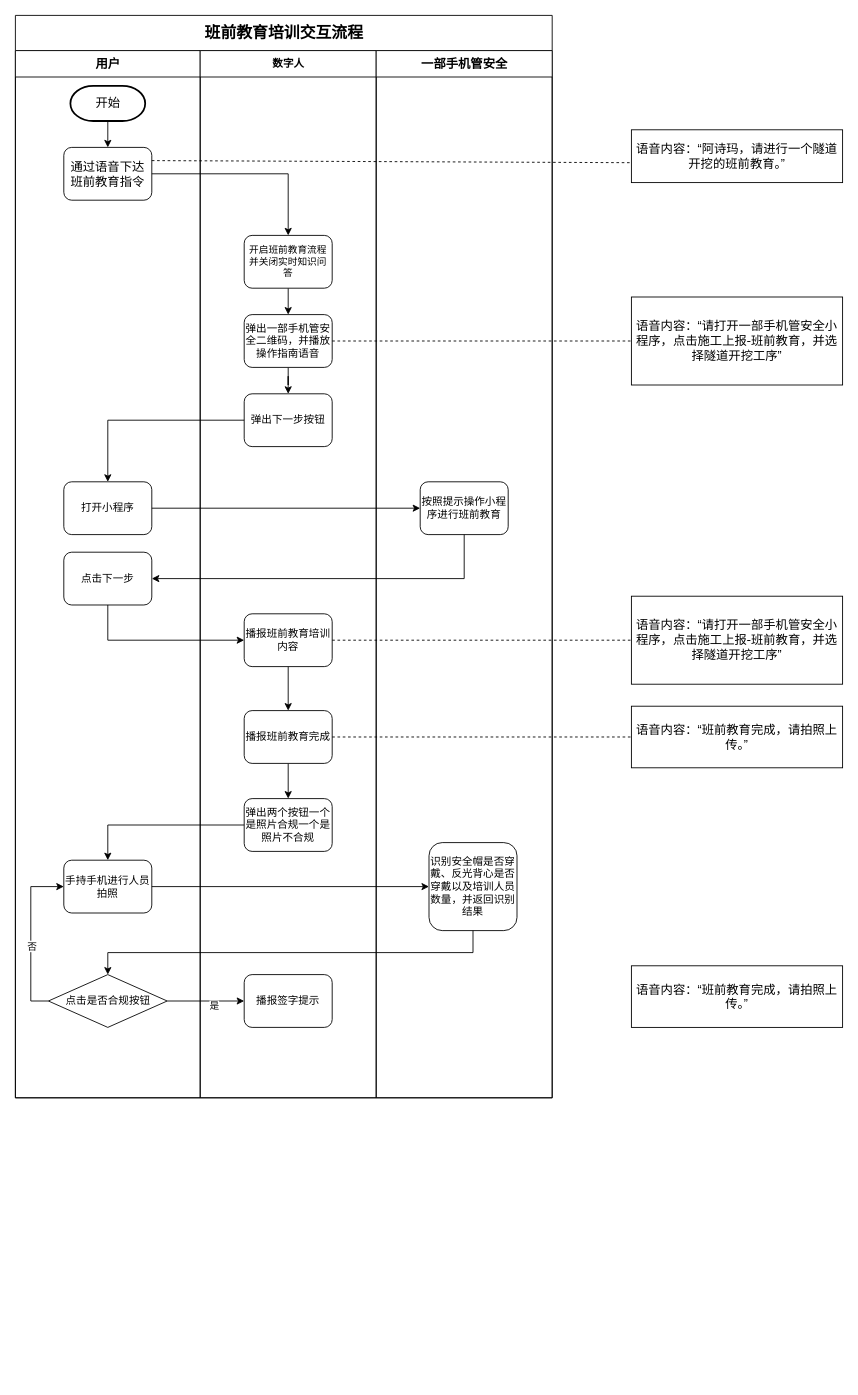
Earlier version of the draw.io diagram 数字人流程.drawio (kerwin58/drawio). Source tidied: cells renumbered, new cells numbered last; positions are measured from the earlier drawing's top-left corner, leaving out a move shared by most shapes. Both pictures are drawn from the tidied source at 88%, with x=0, y=0 at pixel (15, 15).
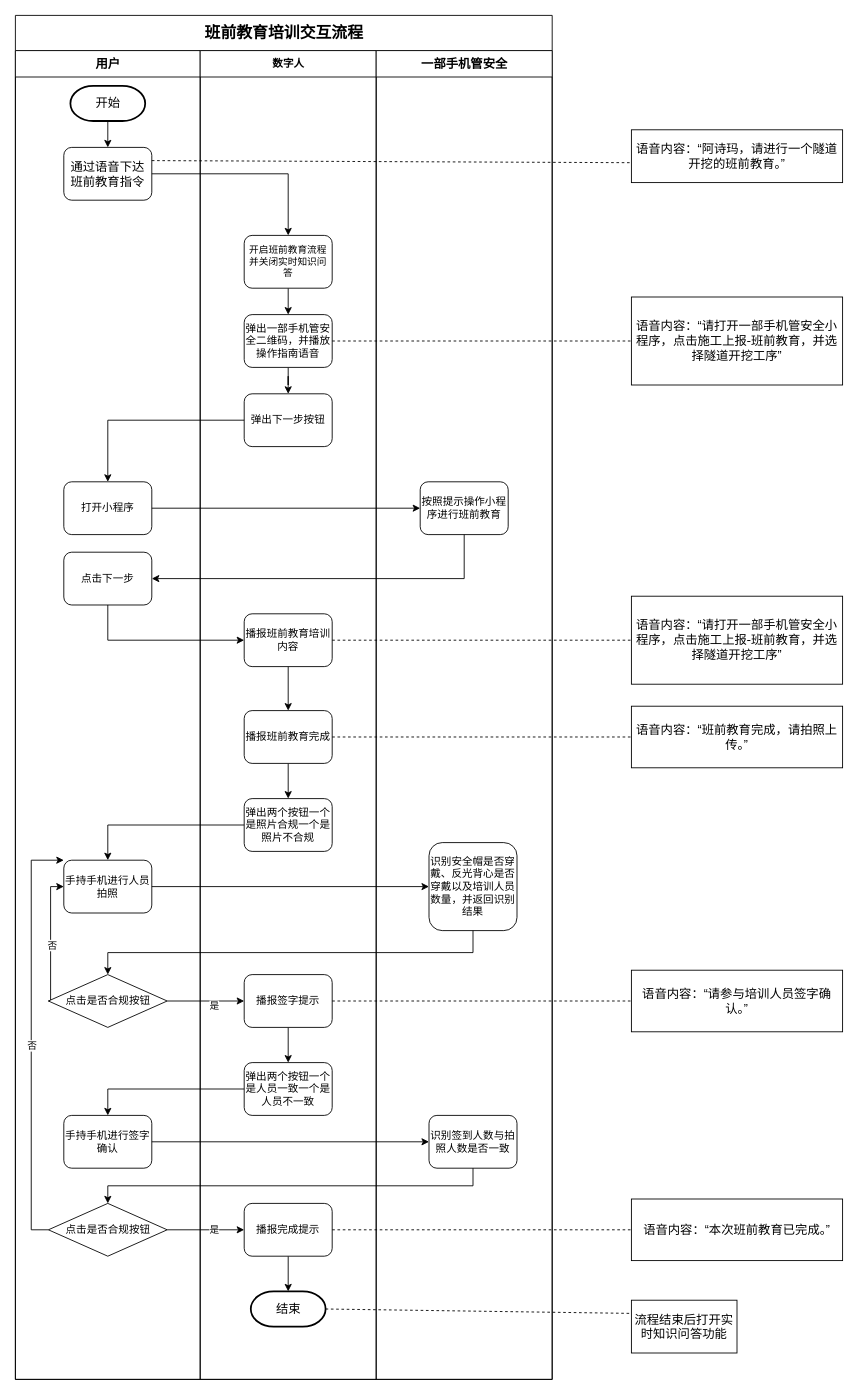
The same diagram, later.

Commit message:
数字人流程.drawio

Unchanged cells that the change refers to:
```xml
<mxCell id="9" value="&lt;p class=&quot;MsoNormal&quot;&gt;&lt;span style=&quot;&quot;&gt;手持手机进行人员拍照&lt;/span&gt;&lt;/p&gt;" style="rounded=1;whiteSpace=wrap;html=1;shadow=0;labelBackgroundColor=none;strokeWidth=1;fontFamily=Verdana;fontSize=12;align=center;" parent="3" vertex="1">
  <mxGeometry x="55" y="920" width="100" height="60" as="geometry" />
</mxCell>
<mxCell id="12" value="点击是否合规按钮" style="rhombus;whiteSpace=wrap;html=1;" parent="3" vertex="1">
  <mxGeometry x="37.5" y="1050" width="135" height="60" as="geometry" />
</mxCell>
<mxCell id="24" value="&lt;p class=&quot;MsoNormal&quot;&gt;&lt;span style=&quot;&quot;&gt;播报签字提示&lt;/span&gt;&lt;/p&gt;" style="rounded=1;whiteSpace=wrap;html=1;shadow=0;labelBackgroundColor=none;strokeWidth=1;fontFamily=Verdana;fontSize=12;align=center;" parent="13" vertex="1">
  <mxGeometry x="50" y="1050" width="100" height="60" as="geometry" />
</mxCell>
```

Diff of the diagram source:
```diff
@@
     <mxCell id="2" value="&lt;p class=&quot;MsoNormal&quot;&gt;&lt;span style=&quot;font-family: 宋体;&quot;&gt;&lt;font style=&quot;font-size: 18px;&quot;&gt;班前教育培训交互流程&lt;/font&gt;&lt;/span&gt;&lt;/p&gt;" style="swimlane;html=1;startSize=40;rounded=0;shadow=0;labelBackgroundColor=none;strokeWidth=1;fontFamily=Verdana;fontSize=8;align=center;" parent="1" vertex="1">
-      <mxGeometry width="610" height="1230" as="geometry" />
+      <mxGeometry width="610" height="1550" as="geometry" />
     </mxCell>
     <mxCell id="3" value="&lt;font style=&quot;font-size: 14px;&quot;&gt;用户&lt;/font&gt;" style="swimlane;html=1;startSize=30;" parent="2" vertex="1">
-      <mxGeometry y="40" width="210" height="1190" as="geometry" />
+      <mxGeometry y="40" width="210" height="1510" as="geometry" />
     </mxCell>
@@
     <mxCell id="10" style="edgeStyle=orthogonalEdgeStyle;rounded=0;jettySize=auto;html=1;exitX=0;exitY=0.5;exitDx=0;exitDy=0;entryX=0;entryY=0.5;entryDx=0;entryDy=0;" parent="3" edge="1" source="12" target="9">
-      <mxGeometry relative="1" as="geometry" />
+      <mxGeometry relative="1" as="geometry">
+        <Array as="points">
+          <mxPoint x="40" y="1080" />
+          <mxPoint x="40" y="950" />
+        </Array>
+      </mxGeometry>
     </mxCell>
@@
+    <mxCell id="47" value="&lt;p class=&quot;MsoNormal&quot;&gt;&lt;span style=&quot;&quot;&gt;手持手机进行签字确认&lt;/span&gt;&lt;/p&gt;" style="rounded=1;whiteSpace=wrap;html=1;shadow=0;labelBackgroundColor=none;strokeWidth=1;fontFamily=Verdana;fontSize=12;align=center;" parent="3" vertex="1">
+      <mxGeometry x="55" y="1210" width="100" height="60" as="geometry" />
+    </mxCell>
+    <mxCell id="48" style="edgeStyle=orthogonalEdgeStyle;rounded=0;jettySize=auto;html=1;exitX=0;exitY=0.5;exitDx=0;exitDy=0;entryX=0;entryY=0;entryDx=0;entryDy=0;" parent="3" edge="1" source="50" target="9">
+      <mxGeometry relative="1" as="geometry">
+        <Array as="points">
+          <mxPoint x="18" y="1340" />
+          <mxPoint x="18" y="920" />
+        </Array>
+      </mxGeometry>
+    </mxCell>
+    <mxCell id="49" value="否" style="edgeLabel;html=1;align=center;verticalAlign=middle;" parent="48" vertex="1">
+      <mxGeometry x="-0.04" relative="1" as="geometry" />
+    </mxCell>
+    <mxCell id="50" value="点击是否合规按钮" style="rhombus;whiteSpace=wrap;html=1;" parent="3" vertex="1">
+      <mxGeometry x="37.5" y="1310" width="135" height="60" as="geometry" />
+    </mxCell>
     <mxCell id="13" value="&lt;font&gt;数字人&lt;/font&gt;" style="swimlane;html=1;startSize=30;fontSize=12;fontFamily=Verdana;" parent="2" vertex="1">
-      <mxGeometry x="210" y="40" width="200" height="1190" as="geometry" />
+      <mxGeometry x="210" y="40" width="200" height="1510" as="geometry" />
     </mxCell>
@@
+    <mxCell id="51" style="edgeStyle=orthogonalEdgeStyle;rounded=0;jettySize=auto;html=1;exitX=0.5;exitY=1;exitDx=0;exitDy=0;entryX=0.5;entryY=0;entryDx=0;entryDy=0;" parent="13" edge="1" source="24" target="52">
+      <mxGeometry relative="1" as="geometry" />
+    </mxCell>
@@
+    <mxCell id="52" value="&lt;p class=&quot;MsoNormal&quot;&gt;&lt;span style=&quot;&quot;&gt;弹出两个按钮一个是人员一致一个是人员不一致&lt;/span&gt;&lt;/p&gt;" style="rounded=1;whiteSpace=wrap;html=1;shadow=0;labelBackgroundColor=none;strokeWidth=1;fontFamily=Verdana;fontSize=12;align=center;" parent="13" vertex="1">
+      <mxGeometry x="50" y="1150" width="100" height="60" as="geometry" />
+    </mxCell>
+    <mxCell id="53" style="edgeStyle=orthogonalEdgeStyle;rounded=0;jettySize=auto;html=1;exitX=0.5;exitY=1;exitDx=0;exitDy=0;" parent="13" edge="1" source="54" target="55">
+      <mxGeometry relative="1" as="geometry" />
+    </mxCell>
+    <mxCell id="54" value="&lt;p class=&quot;MsoNormal&quot;&gt;&lt;span style=&quot;&quot;&gt;播报完成提示&lt;/span&gt;&lt;/p&gt;" style="rounded=1;whiteSpace=wrap;html=1;shadow=0;labelBackgroundColor=none;strokeWidth=1;fontFamily=Verdana;fontSize=12;align=center;" parent="13" vertex="1">
+      <mxGeometry x="50" y="1310" width="100" height="60" as="geometry" />
+    </mxCell>
+    <mxCell id="55" value="&lt;font style=&quot;font-size: 14px;&quot;&gt;结束&lt;/font&gt;" style="strokeWidth=2;html=1;shape=mxgraph.flowchart.terminator;whiteSpace=wrap;" parent="13" vertex="1">
+      <mxGeometry x="57.5" y="1410" width="85" height="40" as="geometry" />
+    </mxCell>
@@
+    <mxCell id="56" style="edgeStyle=orthogonalEdgeStyle;rounded=0;jettySize=auto;html=1;exitX=0;exitY=0.5;exitDx=0;exitDy=0;entryX=0.5;entryY=0;entryDx=0;entryDy=0;" parent="2" edge="1" source="52" target="47">
+      <mxGeometry relative="1" as="geometry" />
+    </mxCell>
+    <mxCell id="57" style="edgeStyle=orthogonalEdgeStyle;rounded=0;jettySize=auto;html=1;exitX=1;exitY=0.5;exitDx=0;exitDy=0;entryX=0;entryY=0.5;entryDx=0;entryDy=0;" parent="2" edge="1" source="50" target="54">
+      <mxGeometry relative="1" as="geometry" />
+    </mxCell>
+    <mxCell id="58" value="是" style="edgeLabel;html=1;align=center;verticalAlign=middle;" parent="57" vertex="1">
+      <mxGeometry x="0.18" y="1" relative="1" as="geometry">
+        <mxPoint x="1" as="offset" />
+      </mxGeometry>
+    </mxCell>
     <mxCell id="31" value="&lt;font style=&quot;font-size: 14px;&quot;&gt;一部手机管安全&lt;/font&gt;" style="swimlane;html=1;startSize=30;" parent="1" vertex="1">
-      <mxGeometry x="410" y="40" width="200" height="1190" as="geometry" />
+      <mxGeometry x="410" y="40" width="200" height="1510" as="geometry" />
     </mxCell>
@@
+    <mxCell id="59" value="&lt;p class=&quot;MsoNormal&quot;&gt;&lt;span style=&quot;&quot;&gt;识别签到人数与拍照人数是否一致&lt;/span&gt;&lt;/p&gt;" style="rounded=1;whiteSpace=wrap;html=1;shadow=0;labelBackgroundColor=none;strokeWidth=1;fontFamily=Verdana;fontSize=12;align=center;" parent="31" vertex="1">
+      <mxGeometry x="60" y="1210" width="100" height="60" as="geometry" />
+    </mxCell>
@@
-    <mxCell id="46" value="&lt;font&gt;语音内容：&lt;/font&gt;&lt;span style=&quot;font-family: 方正仿宋简体; background-color: initial;&quot;&gt;“班前教育完成，请拍照上传。”&lt;/span&gt;" style="rounded=0;whiteSpace=wrap;html=1;fontSize=14;" parent="1" vertex="1">
-      <mxGeometry x="700" y="1080" width="240" height="70" as="geometry" />
+    <mxCell id="46" value="&lt;font&gt;语音内容：&lt;/font&gt;&lt;span style=&quot;font-family: 方正仿宋简体; background-color: initial;&quot;&gt;“请参与培训人员签字确认。”&lt;/span&gt;" style="rounded=0;whiteSpace=wrap;html=1;fontSize=14;" parent="1" vertex="1">
+      <mxGeometry x="700" y="1085" width="240" height="70" as="geometry" />
     </mxCell>
+    <mxCell id="60" style="endArrow=none;dashed=1;html=1;rounded=0;exitX=1;exitY=0.5;exitDx=0;exitDy=0;entryX=0;entryY=0.5;entryDx=0;entryDy=0;" parent="1" edge="1" source="24" target="46">
+      <mxGeometry relative="1" as="geometry" />
+    </mxCell>
+    <mxCell id="61" style="edgeStyle=orthogonalEdgeStyle;rounded=0;jettySize=auto;html=1;exitX=1;exitY=0.5;exitDx=0;exitDy=0;entryX=0;entryY=0.5;entryDx=0;entryDy=0;" parent="1" edge="1" source="47" target="59">
+      <mxGeometry relative="1" as="geometry" />
+    </mxCell>
+    <mxCell id="62" style="edgeStyle=orthogonalEdgeStyle;rounded=0;jettySize=auto;html=1;exitX=0.5;exitY=1;exitDx=0;exitDy=0;entryX=0.5;entryY=0;entryDx=0;entryDy=0;" parent="1" edge="1" source="59" target="50">
+      <mxGeometry relative="1" as="geometry" />
+    </mxCell>
+    <mxCell id="63" value="&lt;font&gt;语音内容：&lt;/font&gt;&lt;span style=&quot;font-family: 方正仿宋简体; background-color: initial;&quot;&gt;“本次班前教育已完成。”&lt;/span&gt;" style="rounded=0;whiteSpace=wrap;html=1;fontSize=14;" parent="1" vertex="1">
+      <mxGeometry x="700" y="1345" width="240" height="70" as="geometry" />
+    </mxCell>
+    <mxCell id="64" style="endArrow=none;dashed=1;html=1;rounded=0;exitX=1;exitY=0.5;exitDx=0;exitDy=0;entryX=0;entryY=0.5;entryDx=0;entryDy=0;" parent="1" edge="1" source="54" target="63">
+      <mxGeometry relative="1" as="geometry" />
+    </mxCell>
+    <mxCell id="65" value="&lt;p class=&quot;MsoNormal&quot;&gt;&lt;span style=&quot;&quot;&gt;流程结束后打开实时知识问答功能&lt;/span&gt;&lt;/p&gt;" style="rounded=0;whiteSpace=wrap;html=1;fontSize=14;fontFamily=Verdana;" parent="1" vertex="1">
+      <mxGeometry x="700" y="1460" width="120" height="60" as="geometry" />
+    </mxCell>
+    <mxCell id="66" style="endArrow=none;dashed=1;html=1;rounded=0;exitX=1;exitY=0.5;exitDx=0;exitDy=0;exitPerimeter=0;entryX=0;entryY=0.25;entryDx=0;entryDy=0;" parent="1" edge="1" source="55" target="65">
+      <mxGeometry relative="1" as="geometry" />
+    </mxCell>
```
